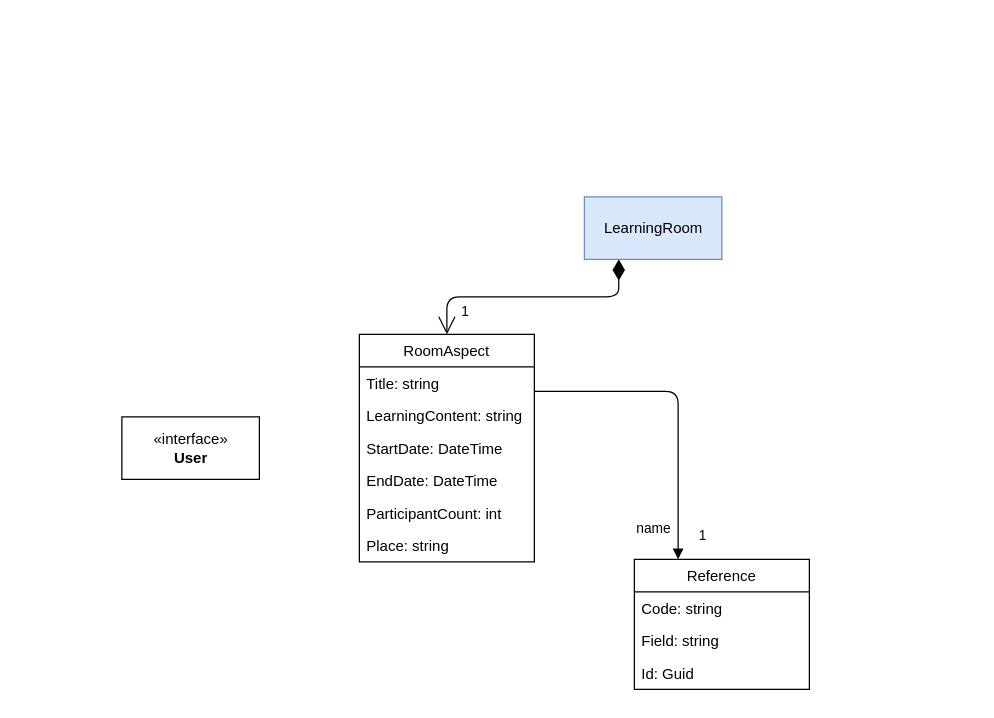
Before: UML/LearningRoom.drawio in sdlfly2000/MindBridgeCampServer, a draw.io diagram. Source tidied: cells renumbered, new cells numbered last; positions are measured from the earlier drawing's top-left corner, leaving out a move shared by most shapes. Both pictures are drawn from the tidied source at 125%, with x=0, y=0 at pixel (121, 196).
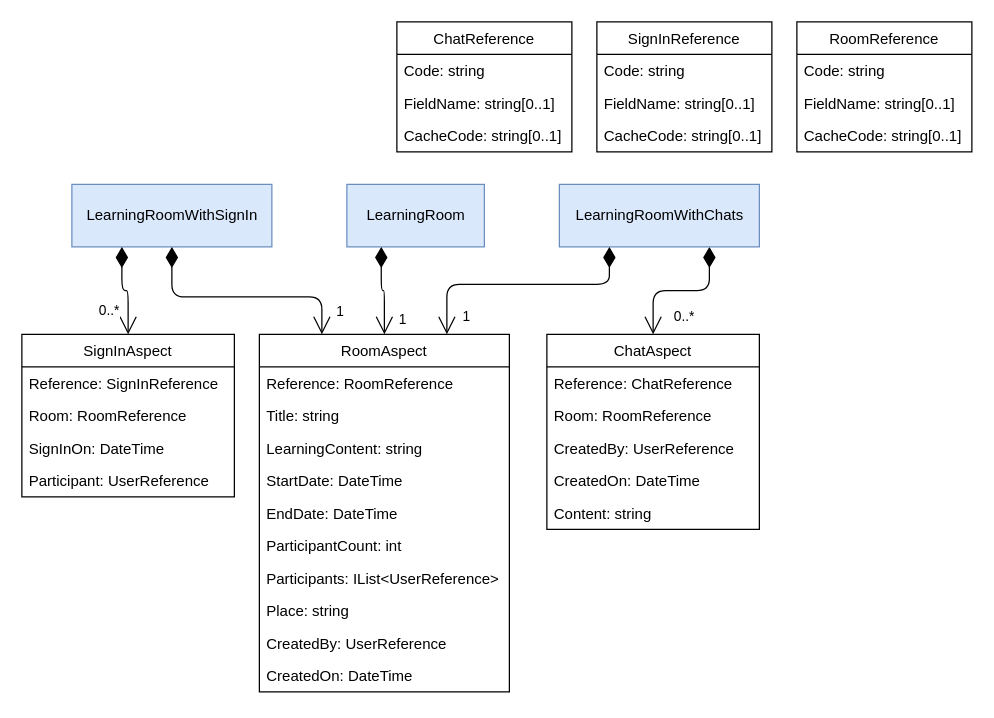
The same page after the edit.

Commit message:
Modify UML LearningRoom

What changed in the source:
```diff
@@
     <mxCell id="2" value="LearningRoom" style="html=1;fillColor=#dae8fc;strokeColor=#6c8ebf;" parent="1" vertex="1">
-      <mxGeometry x="370" width="110" height="50" as="geometry" />
+      <mxGeometry x="180" y="-10" width="110" height="50" as="geometry" />
     </mxCell>
     <mxCell id="3" value="RoomAspect" style="swimlane;fontStyle=0;horizontal=1;startSize=26;fillColor=none;" parent="1" vertex="1">
-      <mxGeometry x="190" y="110" width="140" height="182" as="geometry" />
+      <mxGeometry x="110" y="110" width="200" height="286" as="geometry" />
     </mxCell>
-    <mxCell id="4" value="Title: string" style="text;strokeColor=none;fillColor=none;align=left;verticalAlign=top;spacingLeft=4;spacingRight=4;overflow=hidden;" parent="3" vertex="1">
-      <mxGeometry y="26" width="140" height="26" as="geometry" />
+    <mxCell id="4" value="Reference: RoomReference" style="text;strokeColor=none;fillColor=none;align=left;verticalAlign=top;spacingLeft=4;spacingRight=4;overflow=hidden;" parent="3" vertex="1">
+      <mxGeometry y="26" width="200" height="26" as="geometry" />
     </mxCell>
+    <mxCell id="18" value="Title: string" style="text;strokeColor=none;fillColor=none;align=left;verticalAlign=top;spacingLeft=4;spacingRight=4;overflow=hidden;" parent="3" vertex="1">
+      <mxGeometry y="52" width="200" height="26" as="geometry" />
+    </mxCell>
     <mxCell id="5" value="LearningContent: string" style="text;strokeColor=none;fillColor=none;align=left;verticalAlign=top;spacingLeft=4;spacingRight=4;overflow=hidden;" parent="3" vertex="1">
-      <mxGeometry y="52" width="140" height="26" as="geometry" />
+      <mxGeometry y="78" width="200" height="26" as="geometry" />
     </mxCell>
     <mxCell id="6" value="StartDate: DateTime" style="text;strokeColor=none;fillColor=none;align=left;verticalAlign=top;spacingLeft=4;spacingRight=4;overflow=hidden;" parent="3" vertex="1">
-      <mxGeometry y="78" width="140" height="26" as="geometry" />
+      <mxGeometry y="104" width="200" height="26" as="geometry" />
     </mxCell>
     <mxCell id="7" value="EndDate: DateTime" style="text;strokeColor=none;fillColor=none;align=left;verticalAlign=top;spacingLeft=4;spacingRight=4;overflow=hidden;" parent="3" vertex="1">
-      <mxGeometry y="104" width="140" height="26" as="geometry" />
+      <mxGeometry y="130" width="200" height="26" as="geometry" />
     </mxCell>
     <mxCell id="8" value="ParticipantCount: int" style="text;strokeColor=none;fillColor=none;align=left;verticalAlign=top;spacingLeft=4;spacingRight=4;overflow=hidden;" parent="3" vertex="1">
-      <mxGeometry y="130" width="140" height="26" as="geometry" />
+      <mxGeometry y="156" width="200" height="26" as="geometry" />
     </mxCell>
+    <mxCell id="19" value="Participants: IList&lt;UserReference&gt;" style="text;strokeColor=none;fillColor=none;align=left;verticalAlign=top;spacingLeft=4;spacingRight=4;overflow=hidden;" parent="3" vertex="1">
+      <mxGeometry y="182" width="200" height="26" as="geometry" />
+    </mxCell>
     <mxCell id="9" value="Place: string" style="text;strokeColor=none;fillColor=none;align=left;verticalAlign=top;spacingLeft=4;spacingRight=4;overflow=hidden;" parent="3" vertex="1">
-      <mxGeometry y="156" width="140" height="26" as="geometry" />
+      <mxGeometry y="208" width="200" height="26" as="geometry" />
     </mxCell>
+    <mxCell id="20" value="CreatedBy: UserReference" style="text;strokeColor=none;fillColor=none;align=left;verticalAlign=top;spacingLeft=4;spacingRight=4;overflow=hidden;" parent="3" vertex="1">
+      <mxGeometry y="234" width="200" height="26" as="geometry" />
+    </mxCell>
+    <mxCell id="21" value="CreatedOn: DateTime" style="text;strokeColor=none;fillColor=none;align=left;verticalAlign=top;spacingLeft=4;spacingRight=4;overflow=hidden;" parent="3" vertex="1">
+      <mxGeometry y="260" width="200" height="26" as="geometry" />
+    </mxCell>
-    <mxCell id="10" value="Reference" style="swimlane;fontStyle=0;horizontal=1;startSize=26;fillColor=none;" parent="1" vertex="1">
-      <mxGeometry x="410" y="290" width="140" height="104" as="geometry" />
+    <mxCell id="10" value="RoomReference" style="swimlane;fontStyle=0;horizontal=1;startSize=26;fillColor=none;" parent="1" vertex="1">
+      <mxGeometry x="540" y="-140" width="140" height="104" as="geometry" />
     </mxCell>
@@
-    <mxCell id="12" value="Field: string" style="text;strokeColor=none;fillColor=none;align=left;verticalAlign=top;spacingLeft=4;spacingRight=4;overflow=hidden;" parent="10" vertex="1">
+    <mxCell id="12" value="FieldName: string[0..1]" style="text;strokeColor=none;fillColor=none;align=left;verticalAlign=top;spacingLeft=4;spacingRight=4;overflow=hidden;" parent="10" vertex="1">
       <mxGeometry y="52" width="140" height="26" as="geometry" />
     </mxCell>
-    <mxCell id="13" value="Id: Guid" style="text;strokeColor=none;fillColor=none;align=left;verticalAlign=top;spacingLeft=4;spacingRight=4;overflow=hidden;" parent="10" vertex="1">
+    <mxCell id="13" value="CacheCode: string[0..1]" style="text;strokeColor=none;fillColor=none;align=left;verticalAlign=top;spacingLeft=4;spacingRight=4;overflow=hidden;" parent="10" vertex="1">
       <mxGeometry y="78" width="140" height="26" as="geometry" />
     </mxCell>
-    <mxCell id="14" value="name" style="endArrow=block;endFill=1;html=1;edgeStyle=orthogonalEdgeStyle;align=left;verticalAlign=top;exitX=1;exitY=0.25;exitDx=0;exitDy=0;entryX=0.25;entryY=0;entryDx=0;entryDy=0;" parent="1" edge="1" source="3" target="10">
-      <mxGeometry x="0.69" y="-35" relative="1" as="geometry" />
-    </mxCell>
-    <mxCell id="15" value="1" style="edgeLabel;html=1;align=left;verticalAlign=bottom;" parent="14" vertex="1">
-      <mxGeometry x="-1" relative="1" as="geometry">
-        <mxPoint x="130" y="123.5" as="offset" />
-      </mxGeometry>
-    </mxCell>
@@
-    <mxCell id="17" value="«interface»&lt;br&gt;&lt;b&gt;User&lt;/b&gt;" style="html=1;" parent="1" vertex="1">
-      <mxGeometry y="176" width="110" height="50" as="geometry" />
-    </mxCell>
+    <mxCell id="22" value="ChatAspect" style="swimlane;fontStyle=0;horizontal=1;startSize=26;fillColor=none;" parent="1" vertex="1">
+      <mxGeometry x="340" y="110" width="170" height="156" as="geometry" />
+    </mxCell>
+    <mxCell id="23" value="Reference: ChatReference" style="text;strokeColor=none;fillColor=none;align=left;verticalAlign=top;spacingLeft=4;spacingRight=4;overflow=hidden;" parent="22" vertex="1">
+      <mxGeometry y="26" width="170" height="26" as="geometry" />
+    </mxCell>
+    <mxCell id="24" value="Room: RoomReference" style="text;strokeColor=none;fillColor=none;align=left;verticalAlign=top;spacingLeft=4;spacingRight=4;overflow=hidden;" parent="22" vertex="1">
+      <mxGeometry y="52" width="170" height="26" as="geometry" />
+    </mxCell>
+    <mxCell id="25" value="CreatedBy: UserReference" style="text;strokeColor=none;fillColor=none;align=left;verticalAlign=top;spacingLeft=4;spacingRight=4;overflow=hidden;" parent="22" vertex="1">
+      <mxGeometry y="78" width="170" height="26" as="geometry" />
+    </mxCell>
+    <mxCell id="26" value="CreatedOn: DateTime" style="text;strokeColor=none;fillColor=none;align=left;verticalAlign=top;spacingLeft=4;spacingRight=4;overflow=hidden;" parent="22" vertex="1">
+      <mxGeometry y="104" width="170" height="26" as="geometry" />
+    </mxCell>
+    <mxCell id="27" value="Content: string" style="text;strokeColor=none;fillColor=none;align=left;verticalAlign=top;spacingLeft=4;spacingRight=4;overflow=hidden;" parent="22" vertex="1">
+      <mxGeometry y="130" width="170" height="26" as="geometry" />
+    </mxCell>
+    <mxCell id="28" value="0..*" style="endArrow=open;endSize=12;startArrow=diamondThin;startSize=14;startFill=1;edgeStyle=orthogonalEdgeStyle;align=left;verticalAlign=bottom;exitX=0.75;exitY=1;exitDx=0;exitDy=0;html=1;labelBorderColor=none;" parent="1" edge="1" source="29" target="22">
+      <mxGeometry x="0.91" y="15" relative="1" as="geometry" />
+    </mxCell>
+    <mxCell id="29" value="LearningRoomWithChats" style="html=1;fillColor=#dae8fc;strokeColor=#6c8ebf;" parent="1" vertex="1">
+      <mxGeometry x="350" y="-10" width="160" height="50" as="geometry" />
+    </mxCell>
+    <mxCell id="30" value="1" style="endArrow=open;html=1;endSize=12;startArrow=diamondThin;startSize=14;startFill=1;edgeStyle=orthogonalEdgeStyle;align=left;verticalAlign=bottom;exitX=0.25;exitY=1;exitDx=0;exitDy=0;entryX=0.75;entryY=0;entryDx=0;entryDy=0;" parent="1" edge="1" source="29" target="3">
+      <mxGeometry x="0.95" y="11" relative="1" as="geometry">
+        <Array as="points">
+          <mxPoint x="390" y="70" />
+          <mxPoint x="260" y="70" />
+        </Array>
+      </mxGeometry>
+    </mxCell>
+    <mxCell id="31" value="SignInAspect" style="swimlane;fontStyle=0;horizontal=1;startSize=26;fillColor=none;" parent="1" vertex="1">
+      <mxGeometry x="-80" y="110" width="170" height="130" as="geometry" />
+    </mxCell>
+    <mxCell id="32" value="Reference: SignInReference" style="text;strokeColor=none;fillColor=none;align=left;verticalAlign=top;spacingLeft=4;spacingRight=4;overflow=hidden;" parent="31" vertex="1">
+      <mxGeometry y="26" width="170" height="26" as="geometry" />
+    </mxCell>
+    <mxCell id="33" value="Room: RoomReference" style="text;strokeColor=none;fillColor=none;align=left;verticalAlign=top;spacingLeft=4;spacingRight=4;overflow=hidden;" parent="31" vertex="1">
+      <mxGeometry y="52" width="170" height="26" as="geometry" />
+    </mxCell>
+    <mxCell id="34" value="SignInOn: DateTime" style="text;strokeColor=none;fillColor=none;align=left;verticalAlign=top;spacingLeft=4;spacingRight=4;overflow=hidden;" parent="31" vertex="1">
+      <mxGeometry y="78" width="170" height="26" as="geometry" />
+    </mxCell>
+    <mxCell id="35" value="Participant: UserReference" style="text;strokeColor=none;fillColor=none;align=left;verticalAlign=top;spacingLeft=4;spacingRight=4;overflow=hidden;" parent="31" vertex="1">
+      <mxGeometry y="104" width="170" height="26" as="geometry" />
+    </mxCell>
+    <mxCell id="36" value="LearningRoomWithSignIn" style="html=1;fillColor=#dae8fc;strokeColor=#6c8ebf;" parent="1" vertex="1">
+      <mxGeometry x="-40" y="-10" width="160" height="50" as="geometry" />
+    </mxCell>
+    <mxCell id="37" value="0..*" style="endArrow=open;html=1;endSize=12;startArrow=diamondThin;startSize=14;startFill=1;edgeStyle=orthogonalEdgeStyle;align=left;verticalAlign=bottom;exitX=0.25;exitY=1;exitDx=0;exitDy=0;labelBorderColor=none;" parent="1" edge="1" source="36" target="31">
+      <mxGeometry x="0.73" y="-25" relative="1" as="geometry" />
+    </mxCell>
+    <mxCell id="38" value="1" style="endArrow=open;html=1;endSize=12;startArrow=diamondThin;startSize=14;startFill=1;edgeStyle=orthogonalEdgeStyle;align=left;verticalAlign=bottom;exitX=0.5;exitY=1;exitDx=0;exitDy=0;entryX=0.25;entryY=0;entryDx=0;entryDy=0;" parent="1" edge="1" source="36" target="3">
+      <mxGeometry x="0.9" y="10" relative="1" as="geometry">
+        <Array as="points">
+          <mxPoint x="40" y="80" />
+          <mxPoint x="160" y="80" />
+        </Array>
+      </mxGeometry>
+    </mxCell>
+    <mxCell id="39" value="SignInReference" style="swimlane;fontStyle=0;horizontal=1;startSize=26;fillColor=none;" parent="1" vertex="1">
+      <mxGeometry x="380" y="-140" width="140" height="104" as="geometry" />
+    </mxCell>
+    <mxCell id="40" value="Code: string" style="text;strokeColor=none;fillColor=none;align=left;verticalAlign=top;spacingLeft=4;spacingRight=4;overflow=hidden;" parent="39" vertex="1">
+      <mxGeometry y="26" width="140" height="26" as="geometry" />
+    </mxCell>
+    <mxCell id="41" value="FieldName: string[0..1]" style="text;strokeColor=none;fillColor=none;align=left;verticalAlign=top;spacingLeft=4;spacingRight=4;overflow=hidden;" parent="39" vertex="1">
+      <mxGeometry y="52" width="140" height="26" as="geometry" />
+    </mxCell>
+    <mxCell id="42" value="CacheCode: string[0..1]" style="text;strokeColor=none;fillColor=none;align=left;verticalAlign=top;spacingLeft=4;spacingRight=4;overflow=hidden;" parent="39" vertex="1">
+      <mxGeometry y="78" width="140" height="26" as="geometry" />
+    </mxCell>
+    <mxCell id="43" value="ChatReference" style="swimlane;fontStyle=0;horizontal=1;startSize=26;fillColor=none;" parent="1" vertex="1">
+      <mxGeometry x="220" y="-140" width="140" height="104" as="geometry" />
+    </mxCell>
+    <mxCell id="44" value="Code: string" style="text;strokeColor=none;fillColor=none;align=left;verticalAlign=top;spacingLeft=4;spacingRight=4;overflow=hidden;" parent="43" vertex="1">
+      <mxGeometry y="26" width="140" height="26" as="geometry" />
+    </mxCell>
+    <mxCell id="45" value="FieldName: string[0..1]" style="text;strokeColor=none;fillColor=none;align=left;verticalAlign=top;spacingLeft=4;spacingRight=4;overflow=hidden;" parent="43" vertex="1">
+      <mxGeometry y="52" width="140" height="26" as="geometry" />
+    </mxCell>
+    <mxCell id="46" value="CacheCode: string[0..1]" style="text;strokeColor=none;fillColor=none;align=left;verticalAlign=top;spacingLeft=4;spacingRight=4;overflow=hidden;" parent="43" vertex="1">
+      <mxGeometry y="78" width="140" height="26" as="geometry" />
+    </mxCell>
```
